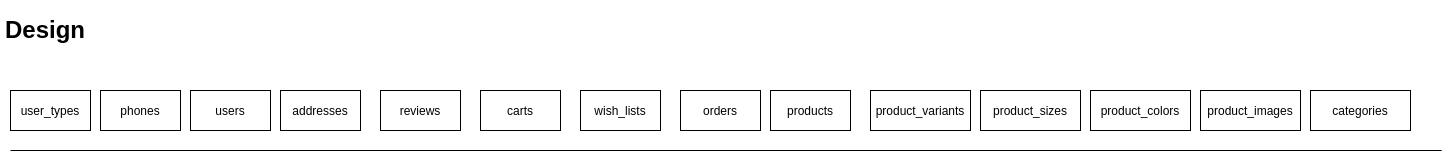
Above: backend-uml.png in stsiwo/e-commerce-starter-kits (draw.io), before the change. Source tidied: cells renumbered, new cells last; positions are measured from the earlier drawing's top-left corner, leaving out a move shared by most shapes.
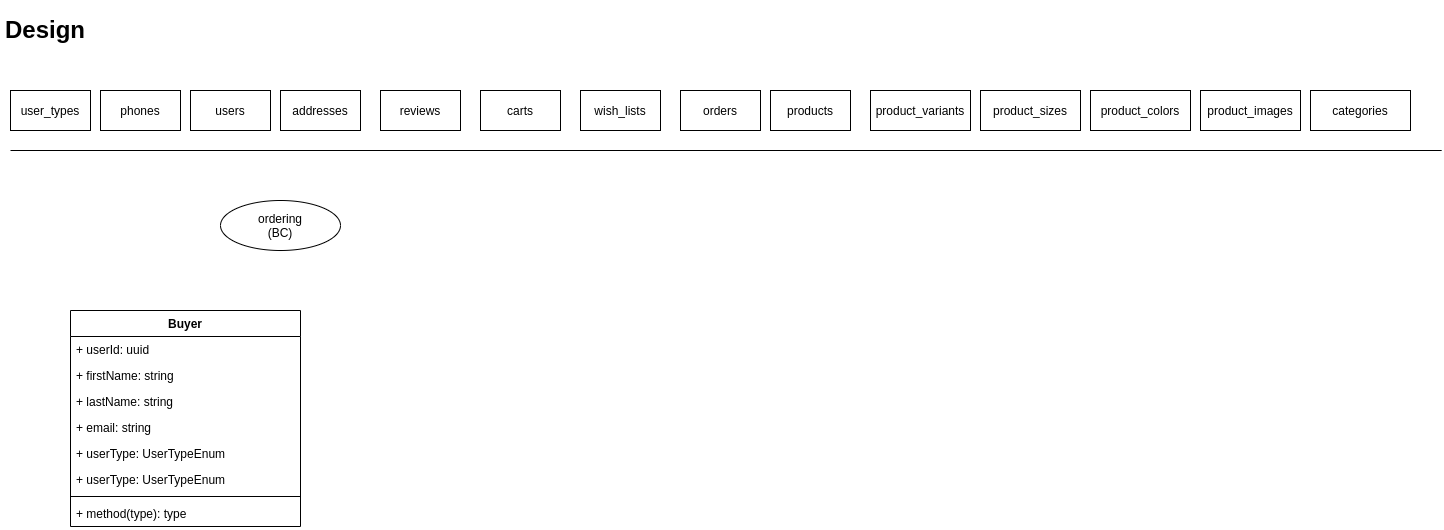
Later version of the same file.

Change to the diagram source:
```diff
@@ -53,5 +53,35 @@
     <mxCell id="17" value="categories" style="rounded=0;whiteSpace=wrap;html=1;" parent="1" vertex="1">
       <mxGeometry x="1310" y="80" width="100" height="40" as="geometry" />
     </mxCell>
+    <mxCell id="18" value="ordering&lt;br&gt;(BC)" style="ellipse;whiteSpace=wrap;html=1;" parent="1" vertex="1">
+      <mxGeometry x="220" y="190" width="120" height="50" as="geometry" />
+    </mxCell>
+    <mxCell id="19" value="Buyer" style="swimlane;fontStyle=1;align=center;verticalAlign=top;horizontal=1;startSize=26;" parent="1" vertex="1">
+      <mxGeometry x="70" y="300" width="230" height="216" as="geometry" />
+    </mxCell>
+    <mxCell id="20" value="+ userId: uuid " style="text;strokeColor=none;fillColor=none;align=left;verticalAlign=top;spacingLeft=4;spacingRight=4;overflow=hidden;" parent="19" vertex="1">
+      <mxGeometry y="26" width="230" height="26" as="geometry" />
+    </mxCell>
+    <mxCell id="21" value="+ firstName: string" style="text;strokeColor=none;fillColor=none;align=left;verticalAlign=top;spacingLeft=4;spacingRight=4;overflow=hidden;" parent="19" vertex="1">
+      <mxGeometry y="52" width="230" height="26" as="geometry" />
+    </mxCell>
+    <mxCell id="22" value="+ lastName: string" style="text;strokeColor=none;fillColor=none;align=left;verticalAlign=top;spacingLeft=4;spacingRight=4;overflow=hidden;" parent="19" vertex="1">
+      <mxGeometry y="78" width="230" height="26" as="geometry" />
+    </mxCell>
+    <mxCell id="23" value="+ email: string" style="text;strokeColor=none;fillColor=none;align=left;verticalAlign=top;spacingLeft=4;spacingRight=4;overflow=hidden;" parent="19" vertex="1">
+      <mxGeometry y="104" width="230" height="26" as="geometry" />
+    </mxCell>
+    <mxCell id="24" value="+ userType: UserTypeEnum" style="text;strokeColor=none;fillColor=none;align=left;verticalAlign=top;spacingLeft=4;spacingRight=4;overflow=hidden;" parent="19" vertex="1">
+      <mxGeometry y="130" width="230" height="26" as="geometry" />
+    </mxCell>
+    <mxCell id="25" value="+ userType: UserTypeEnum" style="text;strokeColor=none;fillColor=none;align=left;verticalAlign=top;spacingLeft=4;spacingRight=4;overflow=hidden;" parent="19" vertex="1">
+      <mxGeometry y="156" width="230" height="26" as="geometry" />
+    </mxCell>
+    <mxCell id="26" style="line;strokeWidth=1;fillColor=none;align=left;verticalAlign=middle;spacingTop=-1;spacingLeft=3;spacingRight=3;labelPosition=right;" parent="19" vertex="1">
+      <mxGeometry y="182" width="230" height="8" as="geometry" />
+    </mxCell>
+    <mxCell id="27" value="+ method(type): type" style="text;strokeColor=none;fillColor=none;align=left;verticalAlign=top;spacingLeft=4;spacingRight=4;overflow=hidden;" parent="19" vertex="1">
+      <mxGeometry y="190" width="230" height="26" as="geometry" />
+    </mxCell>
   </root>
 </mxGraphModel>
```
